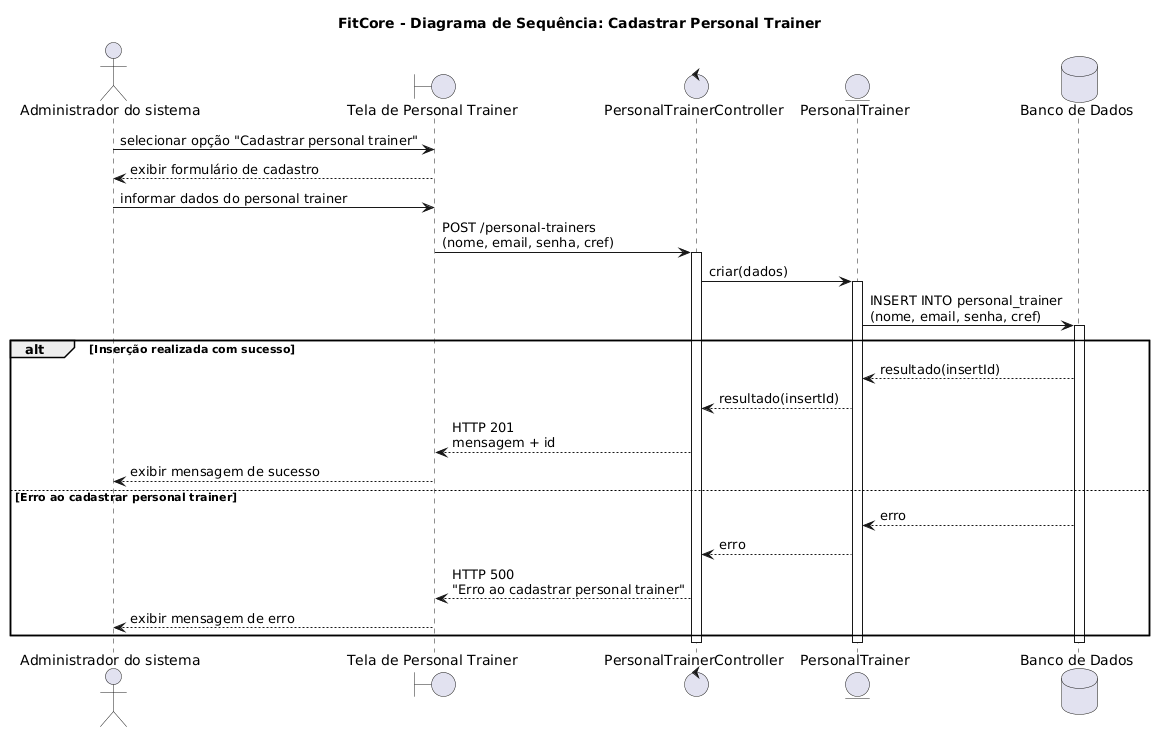
liahcolins/Sistema-Integrado-de-Academia keeps this PlantUML diagram as docs/diagramas/sequencia/5 - diagrama de sequencia - cadastrar Personal Trainer - FITCORE.png. Above is the earlier version.
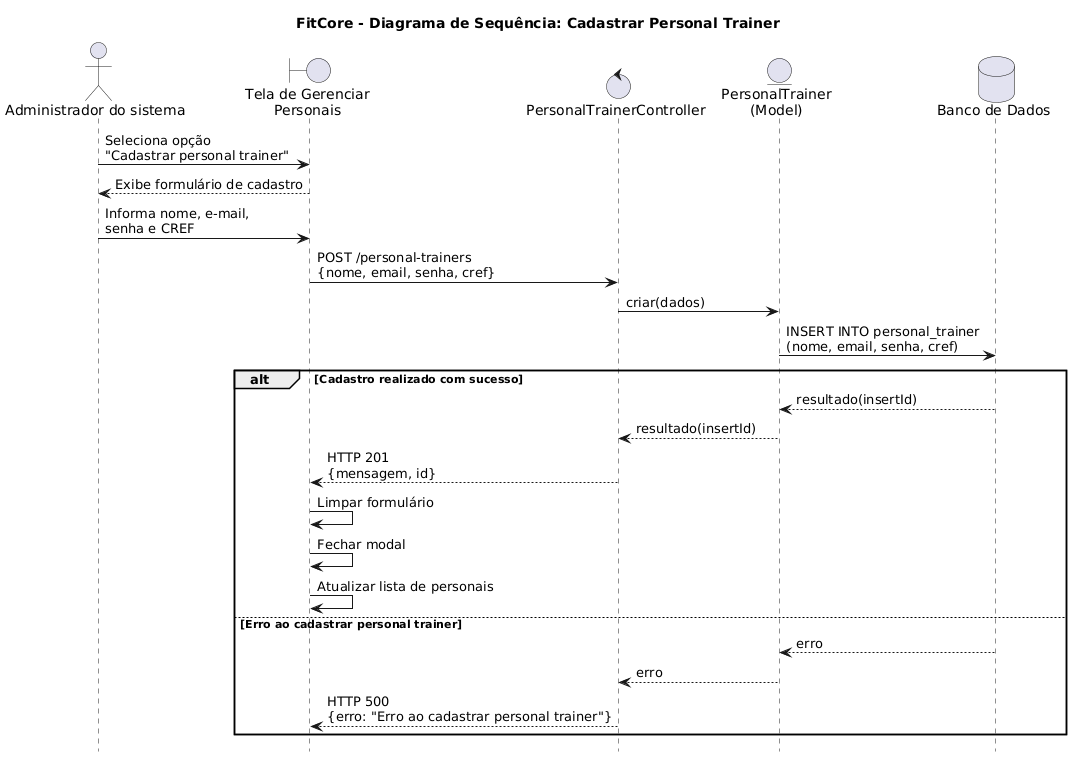
Later version of the same file.

Commit message:
docs: atualizar diagramas UML do FitCore

The edit, as a diff of the source:
```diff
@@ -1,41 +1,43 @@
 @startuml
 title FitCore - Diagrama de Sequência: Cadastrar Personal Trainer
 
+hide footbox
+
 actor "Administrador do sistema" as Admin
-boundary "Tela de Personal Trainer" as Tela
+boundary "Tela de Gerenciar\nPersonais" as Tela
 control "PersonalTrainerController" as Controller
-entity "PersonalTrainer" as PersonalTrainer
+entity "PersonalTrainer\n(Model)" as Personal
 database "Banco de Dados" as Banco
 
-Admin -> Tela : selecionar opção "Cadastrar personal trainer"
-Tela --> Admin : exibir formulário de cadastro
+Admin -> Tela : Seleciona opção\n"Cadastrar personal trainer"
+Tela --> Admin : Exibe formulário de cadastro
 
-Admin -> Tela : informar dados do personal trainer
-Tela -> Controller : POST /personal-trainers\n(nome, email, senha, cref)
-activate Controller
+Admin -> Tela : Informa nome, e-mail,\nsenha e CREF
+Tela -> Controller : POST /personal-trainers\n{nome, email, senha, cref}
 
-Controller -> PersonalTrainer : criar(dados)
-activate PersonalTrainer
+Controller -> Personal : criar(dados)
 
-PersonalTrainer -> Banco : INSERT INTO personal_trainer\n(nome, email, senha, cref)
-activate Banco
+Personal -> Banco : INSERT INTO personal_trainer\n(nome, email, senha, cref)
 
-alt Inserção realizada com sucesso
-    Banco --> PersonalTrainer : resultado(insertId)
-    PersonalTrainer --> Controller : resultado(insertId)
+alt Cadastro realizado com sucesso
 
-    Controller --> Tela : HTTP 201\nmensagem + id
-    Tela --> Admin : exibir mensagem de sucesso
+    Banco --> Personal : resultado(insertId)
+    Personal --> Controller : resultado(insertId)
+
+    Controller --> Tela : HTTP 201\n{mensagem, id}
+
+    Tela -> Tela : Limpar formulário
+    Tela -> Tela : Fechar modal
+    Tela -> Tela : Atualizar lista de personais
 
 else Erro ao cadastrar personal trainer
-    Banco --> PersonalTrainer : erro
-    PersonalTrainer --> Controller : erro
 
-    Controller --> Tela : HTTP 500\n"Erro ao cadastrar personal trainer"
-    Tela --> Admin : exibir mensagem de erro
+    Banco --> Personal : erro
+    Personal --> Controller : erro
+
+    Controller --> Tela : HTTP 500\n{erro: "Erro ao cadastrar personal trainer"}
+
+
+
 end
-
-deactivate Banco
-deactivate PersonalTrainer
-deactivate Controller
 @enduml
```
